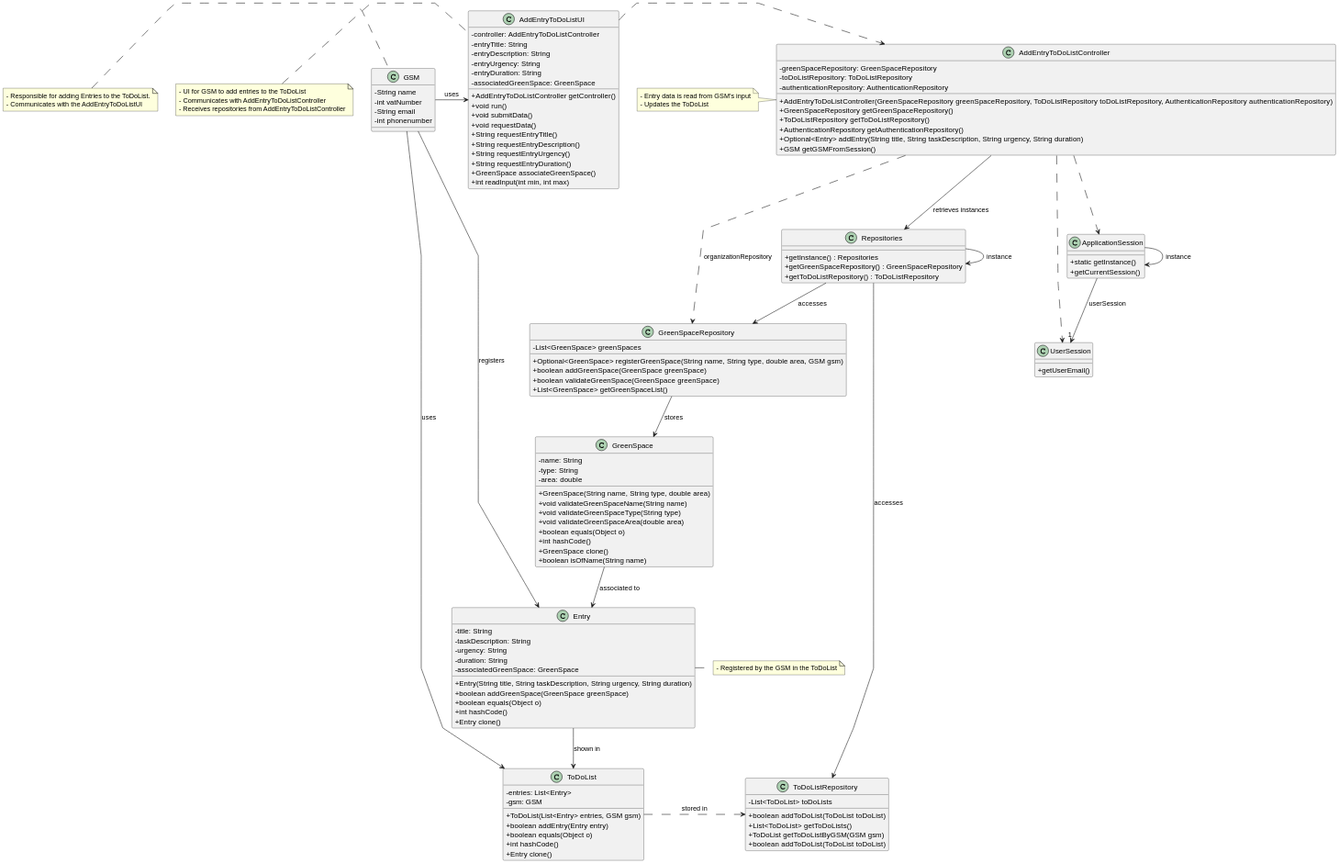
The PlantUML diagram docs/sprint3/us021/03.design/svg/us021-class-diagram.svg in tiagosoa/lei-24-s2-1dgh-g073, before a commit.
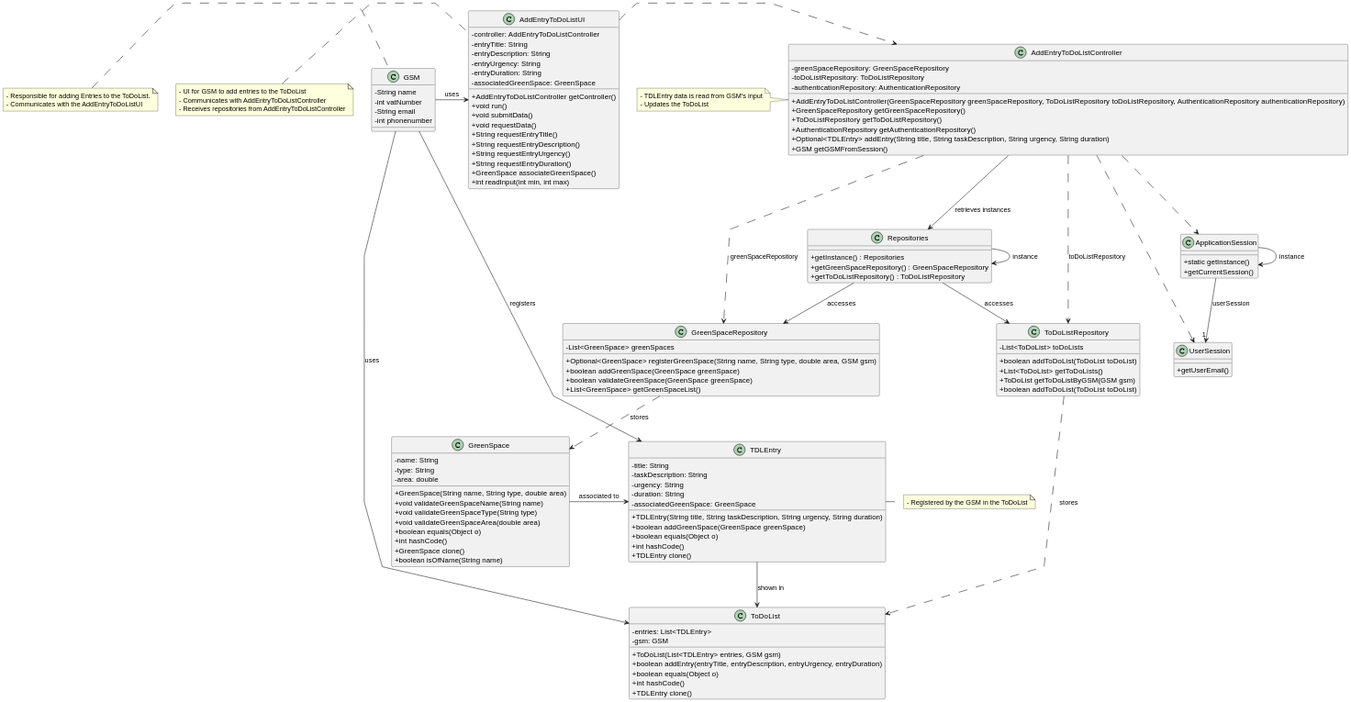
Above is the later version.

The edit, as a diff of the source:
```diff
@@ -31,27 +31,27 @@
     + boolean isOfName(String name)
 }
 
-class Entry {
+class TDLEntry {
     - title: String
     - taskDescription: String
     - urgency: String
     - duration: String
     - associatedGreenSpace: GreenSpace
-    + Entry(String title, String taskDescription, String urgency, String duration)
+    + TDLEntry(String title, String taskDescription, String urgency, String duration)
     + boolean addGreenSpace(GreenSpace greenSpace)
     + boolean equals(Object o)
     + int hashCode()
-    + Entry clone()
+    + TDLEntry clone()
 }
 
 class ToDoList {
-    - entries: List<Entry>
+    - entries: List<TDLEntry>
     - gsm: GSM
-    + ToDoList(List<Entry> entries, GSM gsm)
-    + boolean addEntry(Entry entry)
+    + ToDoList(List<TDLEntry> entries, GSM gsm)
+    + boolean addEntry(entryTitle, entryDescription, entryUrgency, entryDuration)
     + boolean equals(Object o)
     + int hashCode()
-    + Entry clone()
+    + TDLEntry clone()
 }
 
 class GreenSpaceRepository {
@@ -103,7 +103,7 @@
   + GreenSpaceRepository getGreenSpaceRepository()
   + ToDoListRepository getToDoListRepository()
   + AuthenticationRepository getAuthenticationRepository()
-  + Optional<Entry> addEntry(String title, String taskDescription, String urgency, String duration)
+  + Optional<TDLEntry> addEntry(String title, String taskDescription, String urgency, String duration)
   + GSM getGSMFromSession()
 }
 
@@ -115,7 +115,7 @@
 }
 
 note left of AddEntryToDoListController
-  - Entry data is read from GSM's input
+  - TDLEntry data is read from GSM's input
   - Updates the ToDoList
 end note
 
@@ -130,16 +130,15 @@
   - Receives repositories from AddEntryToDoListController
 end note
 
-note right of Entry
+note right of TDLEntry
  - Registered by the GSM in the ToDoList
 end note
 
-GSM --> Entry: registers
+GSM --> TDLEntry: registers
 GSM -> ToDoList: uses
-Entry --> ToDoList: shown in
-ToDoList .> ToDoListRepository: stored in
+TDLEntry --> ToDoList: shown in
 GSM -> AddEntryToDoListUI: uses
-GreenSpace --> Entry: associated to
+GreenSpace -> TDLEntry: associated to
 
 Repositories -> Repositories : instance
 ApplicationSession -> ApplicationSession : instance
@@ -151,12 +150,15 @@
 Repositories -down-> GreenSpaceRepository : accesses
 Repositories -down-> ToDoListRepository : accesses
 
-AddEntryToDoListController ..> GreenSpaceRepository : organizationRepository
+AddEntryToDoListController ..> GreenSpaceRepository : greenSpaceRepository
+
+AddEntryToDoListController ..> ToDoListRepository : toDoListRepository
 
 ApplicationSession --> "1" UserSession : userSession
 
 AddEntryToDoListController ..> ApplicationSession
 AddEntryToDoListController ..> UserSession
 
-GreenSpaceRepository --> GreenSpace: stores
+GreenSpaceRepository ..> GreenSpace: stores
+ToDoListRepository ..> ToDoList: stores
 @enduml
```
